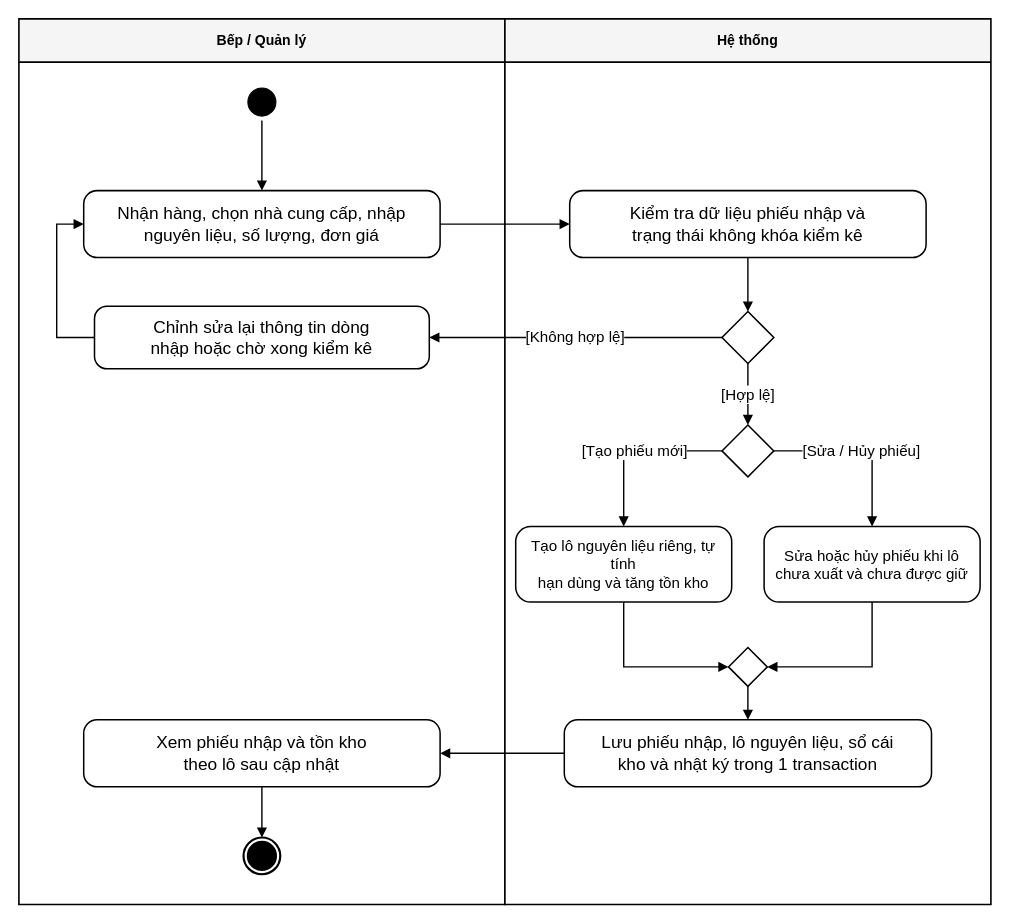
The draw.io diagram page "QT-14 — Nhập kho nguyên liệu theo lô" (14 of 23) of docs/So_do/Quy_trinh_nghiep_vu_HeThongQuanLyNhaHang.drawio in nminhzzz/restaurant-management-ai, before the edit. Source tidied: cells renumbered, new cells numbered last; positions are measured from the earlier drawing's top-left corner, leaving out a move shared by most shapes. Both pictures are drawn from the tidied source at 108%, with x=0, y=0 at pixel (18, 18).
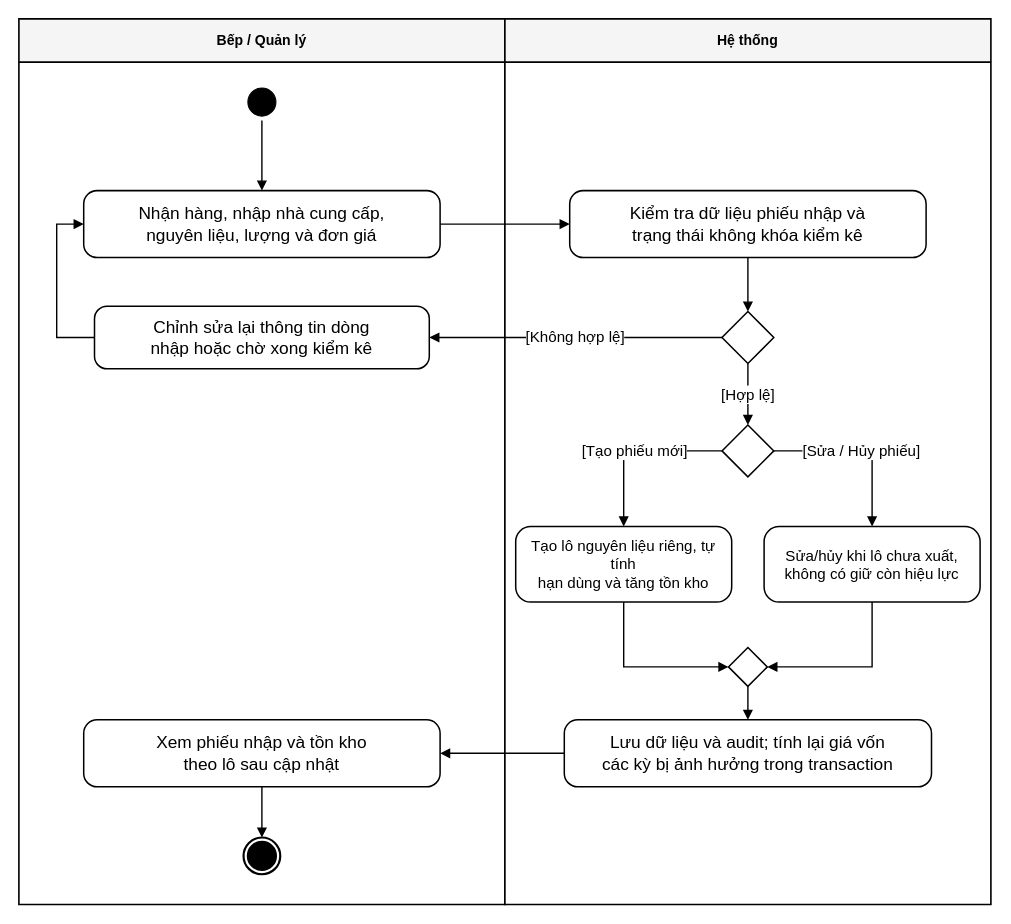
The same diagram, later.

Diff of the diagram source:
```diff
@@
-    <mxCell id="5" value="Nhận hàng, chọn nhà cung cấp, nhập&#10;nguyên liệu, số lượng, đơn giá" style="rounded=1;whiteSpace=wrap;html=1;arcSize=20;fillColor=#ffffff;strokeColor=#000000;strokeWidth=1.4;fontSize=16;fontColor=#000000;spacing=6;" parent="1" vertex="1">
+    <mxCell id="5" value="Nhận hàng, nhập nhà cung cấp,&#10;nguyên liệu, lượng và đơn giá" style="rounded=1;whiteSpace=wrap;html=1;arcSize=20;fillColor=#ffffff;strokeColor=#000000;strokeWidth=1.4;fontSize=16;fontColor=#000000;spacing=6;" parent="1" vertex="1">
       <mxGeometry x="60" y="159" width="330" height="62" as="geometry" />
     </mxCell>
@@
-    <mxCell id="11" value="Sửa hoặc hủy phiếu khi lô&#10;chưa xuất và chưa được giữ" style="rounded=1;whiteSpace=wrap;html=1;arcSize=20;fillColor=#ffffff;strokeColor=#000000;strokeWidth=1.4;fontSize=14.0;fontColor=#000000;spacing=6;" parent="1" vertex="1">
+    <mxCell id="11" value="Sửa/hủy khi lô chưa xuất,&#10;không có giữ còn hiệu lực" style="rounded=1;whiteSpace=wrap;html=1;arcSize=20;fillColor=#ffffff;strokeColor=#000000;strokeWidth=1.4;fontSize=14.0;fontColor=#000000;spacing=6;" parent="1" vertex="1">
       <mxGeometry x="690" y="470" width="200" height="70" as="geometry" />
     </mxCell>
@@
-    <mxCell id="13" value="Lưu phiếu nhập, lô nguyên liệu, sổ cái&#10;kho và nhật ký trong 1 transaction" style="rounded=1;whiteSpace=wrap;html=1;arcSize=20;fillColor=#ffffff;strokeColor=#000000;strokeWidth=1.4;fontSize=16;fontColor=#000000;spacing=6;" parent="1" vertex="1">
+    <mxCell id="13" value="Lưu dữ liệu và audit; tính lại giá vốn&#10;các kỳ bị ảnh hưởng trong transaction" style="rounded=1;whiteSpace=wrap;html=1;arcSize=20;fillColor=#ffffff;strokeColor=#000000;strokeWidth=1.4;fontSize=16;fontColor=#000000;spacing=6;" parent="1" vertex="1">
       <mxGeometry x="505" y="649" width="340" height="62" as="geometry" />
     </mxCell>
```
